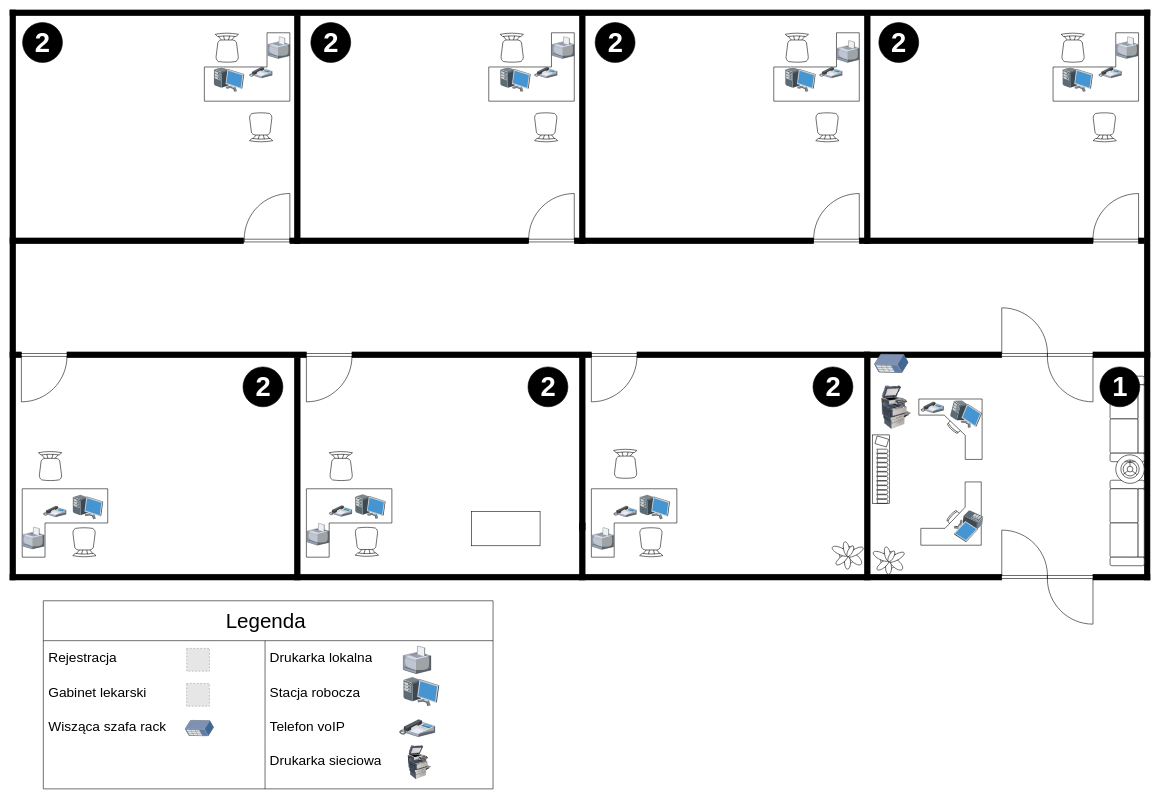
Earlier version of the draw.io diagram projekt-przychodni.drawio (smichajlidis/kosztorys-i-projekt-sieci-przychodnia). Source tidied: cells renumbered, new cells numbered last; positions are measured from the earlier drawing's top-left corner, leaving out a move shared by most shapes. Both pictures are drawn from the tidied source at 57%, with x=0, y=0 at pixel (10, 10). Pictures stored in the file or linked from it are replaced by grey dashed boxes.
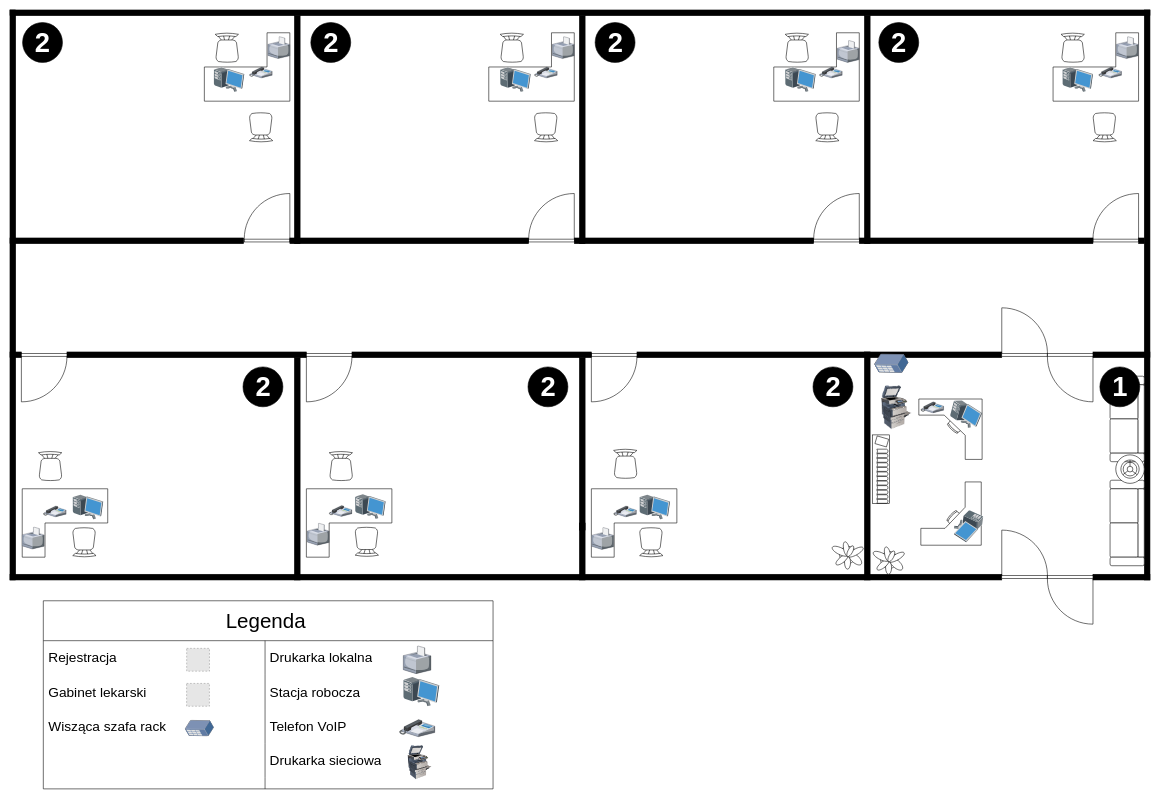
The same page after the edit.

Unchanged cells that the change refers to:
```xml
<mxCell id="9" style="shape=tableRow;horizontal=0;startSize=0;swimlaneHead=0;swimlaneBody=0;top=0;left=0;bottom=0;right=0;fillColor=none;strokeColor=inherit;fontSize=16;" parent="2" vertex="1">
  <mxGeometry y="190" width="789" height="60" as="geometry" />
</mxCell>
```

The edit, as a diff of the source:
```diff
@@
-    <mxCell id="11" value="&lt;font style=&quot;font-size: 24px;&quot;&gt;Telefon voIP&lt;/font&gt;" style="shape=partialRectangle;html=1;whiteSpace=wrap;fillColor=none;top=0;left=0;bottom=0;right=0;align=left;spacingLeft=6;overflow=hidden;strokeColor=inherit;fontSize=16;" parent="9" vertex="1">
+    <mxCell id="11" value="&lt;font style=&quot;font-size: 24px;&quot;&gt;Telefon VoIP&lt;/font&gt;" style="shape=partialRectangle;html=1;whiteSpace=wrap;fillColor=none;top=0;left=0;bottom=0;right=0;align=left;spacingLeft=6;overflow=hidden;strokeColor=inherit;fontSize=16;" parent="9" vertex="1">
       <mxGeometry x="389" width="400" height="60" as="geometry" />
     </mxCell>
@@
-    <mxCell id="103" style="rounded=0;whiteSpace=wrap;html=1;" parent="1" vertex="1">
-      <mxGeometry x="810" y="880" width="120" height="60" as="geometry" />
-    </mxCell>
```
